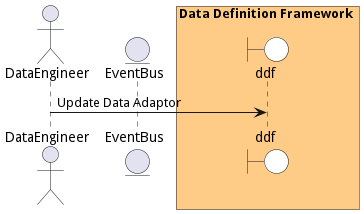
The PlantUML diagram docs/edgemere/diml/ddf/usecases/managedataadaptors/UpdateDataAdaptor.png in madajaju/edgemere, before a commit.
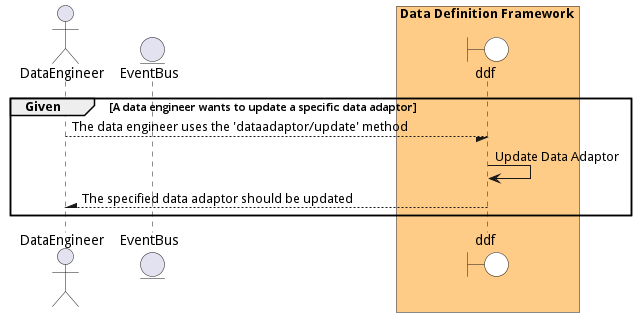
After the commit.

What changed in the source:
```diff
@@ -1,4 +1,5 @@
 @startuml
+
 
 actor "DataEngineer"
 
@@ -10,9 +11,16 @@
 end box
 
 
+group Given [A data engineer wants to update a specific data adaptor]
 
-"DataEngineer" -> ddf: Update Data Adaptor
+"DataEngineer" --/ ddf: The data engineer uses the &#39;dataadaptor/update&#39; method
+"ddf" -> ddf: Update Data Adaptor
 
 
 
+"DataEngineer" /-- ddf: The specified data adaptor should be updated
+
+
+end
+
 @enduml
```
